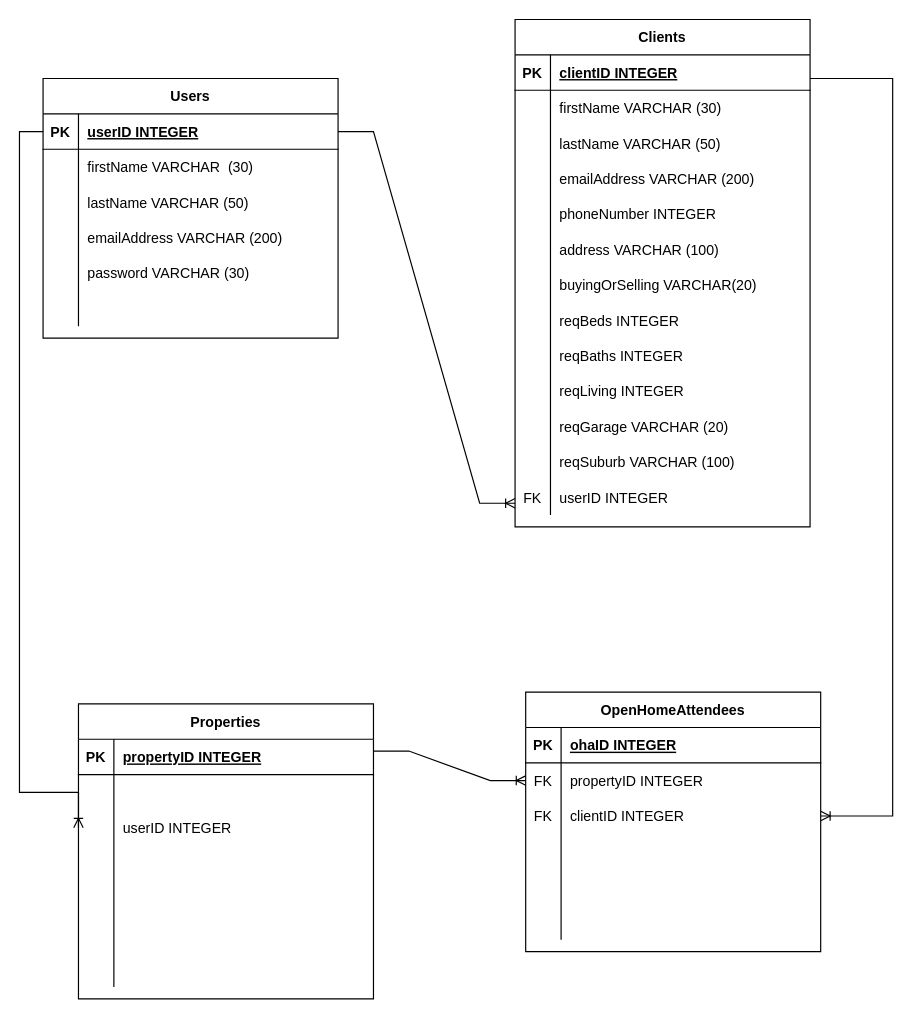
Above: BackEnd/DatabaseModels/LogicalModel.drawio in EmCorkindale/CapstoneProject (draw.io), before the change. Source tidied: cells renumbered, new cells numbered last; positions are measured from the earlier drawing's top-left corner, leaving out a move shared by most shapes. Both pictures are drawn from the tidied source at 118%, with x=0, y=0 at pixel (19, 19).
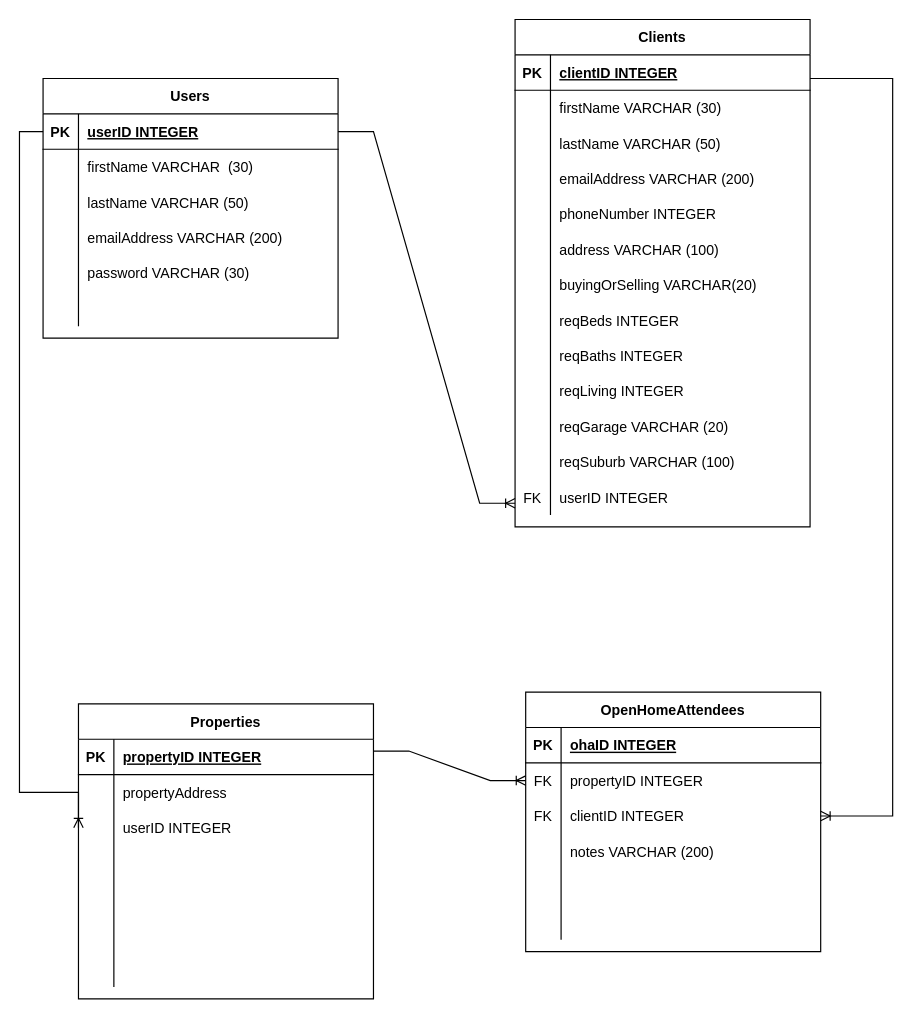
The same diagram, later.

The change refers to these unchanged cells:
```xml
<mxCell id="65" style="shape=partialRectangle;fillColor=none;top=0;left=0;right=0;bottom=0;" parent="61" vertex="1">
  <mxGeometry y="60" width="250" height="30" as="geometry" />
</mxCell>
<mxCell id="93" style="shape=partialRectangle;fillColor=none;top=0;left=0;right=0;bottom=0;" parent="83" vertex="1">
  <mxGeometry y="120" width="250" height="30" as="geometry" />
</mxCell>
```

Diff of the diagram source:
```diff
@@
-    <mxCell id="67" style="shape=partialRectangle;overflow=hidden;fillColor=none;top=0;left=0;bottom=0;right=0;align=left;spacingLeft=6;" parent="65" vertex="1">
+    <mxCell id="67" value="propertyAddress" style="shape=partialRectangle;overflow=hidden;fillColor=none;top=0;left=0;bottom=0;right=0;align=left;spacingLeft=6;" parent="65" vertex="1">
       <mxGeometry x="30" width="220" height="30" as="geometry" />
     </mxCell>
@@
-    <mxCell id="95" style="shape=partialRectangle;overflow=hidden;fillColor=none;top=0;left=0;bottom=0;right=0;align=left;spacingLeft=6;" parent="93" vertex="1">
+    <mxCell id="95" value="notes VARCHAR (200)" style="shape=partialRectangle;overflow=hidden;fillColor=none;top=0;left=0;bottom=0;right=0;align=left;spacingLeft=6;" parent="93" vertex="1">
       <mxGeometry x="30" width="220" height="30" as="geometry" />
     </mxCell>
```
